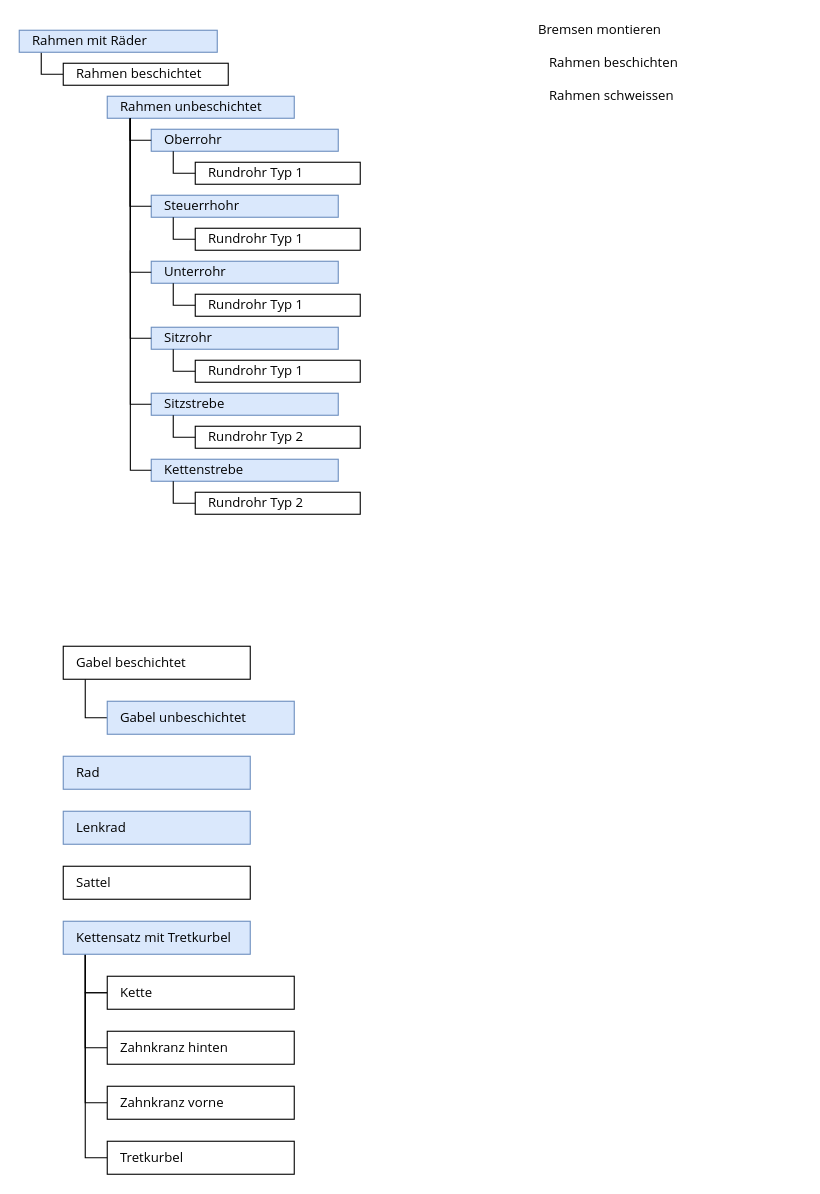
Earlier version of the draw.io diagram Notes Kurt Gisler/Item Structure Beispiel Produkt Fahrrad.drawio (Mint-System/Odoo-Wiki). Source tidied: cells renumbered, new cells numbered last; positions are measured from the earlier drawing's top-left corner, leaving out a move shared by most shapes. Both pictures are drawn from the tidied source at 110%, with x=0, y=0 at pixel (19, 19).
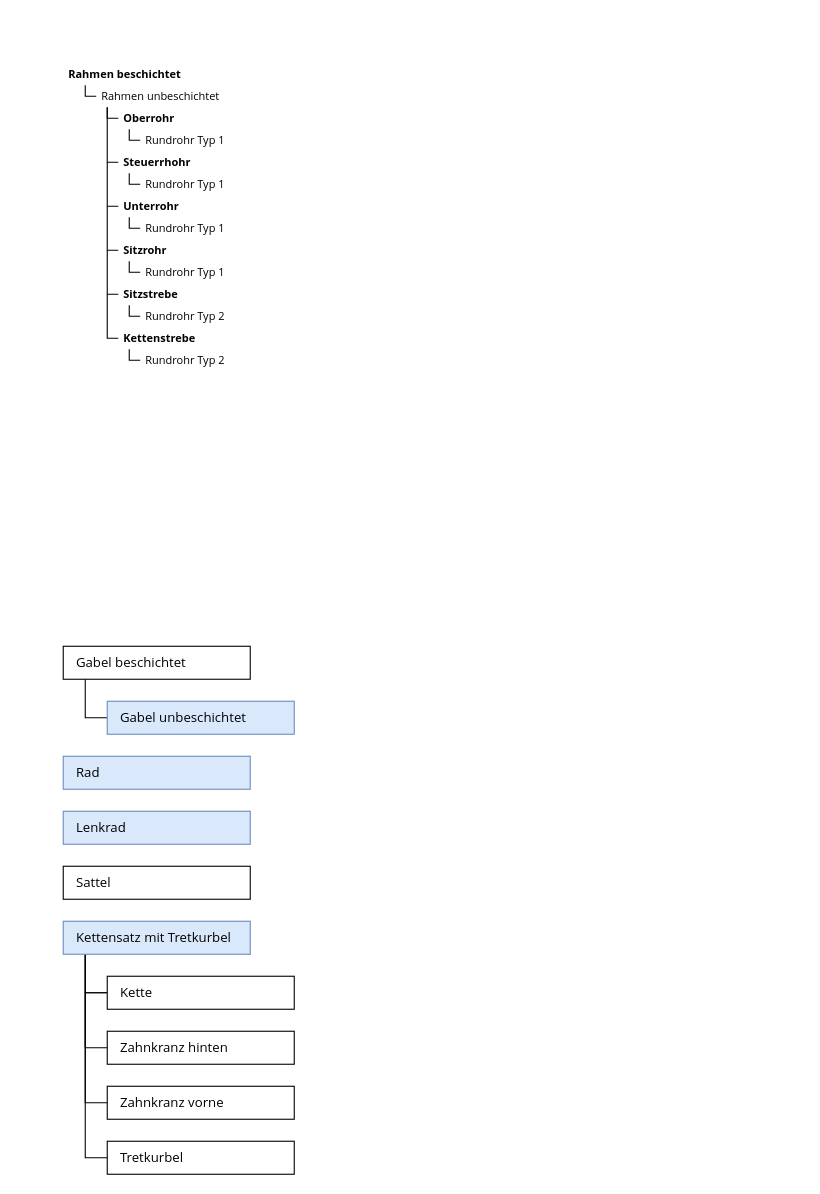
The same page after the edit.

Change to the diagram source:
```diff
@@
-    <mxCell id="2" style="edgeStyle=orthogonalEdgeStyle;rounded=0;jettySize=auto;html=1;endArrow=none;endFill=0;entryX=0;entryY=0.5;entryDx=0;entryDy=0;" parent="1" edge="1" source="3" target="4">
-      <mxGeometry relative="1" as="geometry">
-        <Array as="points">
-          <mxPoint x="20" y="50" />
-        </Array>
-      </mxGeometry>
-    </mxCell>
-    <mxCell id="3" value="&lt;font face=&quot;Open Sans&quot;&gt;Rahmen mit Räder&lt;/font&gt;" style="rounded=0;whiteSpace=wrap;html=1;fillColor=#dae8fc;strokeColor=#6c8ebf;align=left;spacingLeft=10;" parent="1" vertex="1">
-      <mxGeometry y="10" width="180" height="20" as="geometry" />
-    </mxCell>
-    <mxCell id="4" value="&lt;font face=&quot;Open Sans&quot;&gt;Rahmen beschichtet&lt;/font&gt;" style="rounded=0;whiteSpace=wrap;html=1;spacingLeft=10;align=left;" parent="1" vertex="1">
+    <mxCell id="4" value="&lt;font face=&quot;Open Sans&quot; style=&quot;font-size: 10px;&quot;&gt;Rahmen beschichtet&lt;/font&gt;" style="rounded=0;whiteSpace=wrap;html=1;spacingLeft=3;align=left;strokeColor=#FFFFFF;fontSize=10;fontStyle=1;" parent="1" vertex="1">
       <mxGeometry x="40" y="40" width="150" height="20" as="geometry" />
     </mxCell>
-    <mxCell id="5" value="&lt;font face=&quot;Open Sans&quot;&gt;Rahmen unbeschichtet&lt;/font&gt;" style="rounded=0;whiteSpace=wrap;html=1;align=left;spacingLeft=10;fillColor=#dae8fc;strokeColor=#6c8ebf;" parent="1" vertex="1">
-      <mxGeometry x="80" y="70" width="170" height="20" as="geometry" />
+    <mxCell id="5" value="&lt;font face=&quot;Open Sans&quot; style=&quot;font-size: 10px;&quot;&gt;Rahmen unbeschichtet&lt;/font&gt;" style="rounded=0;whiteSpace=wrap;html=1;align=left;spacingLeft=3;strokeColor=#FFFFFF;fontSize=10;fillColor=none;" parent="1" vertex="1">
+      <mxGeometry x="70" y="60" width="120" height="20" as="geometry" />
     </mxCell>
-    <mxCell id="6" value="&lt;font face=&quot;Open Sans&quot;&gt;Rahmen beschichten&lt;/font&gt;" style="rounded=0;whiteSpace=wrap;html=1;spacingLeft=10;align=left;strokeColor=none;" parent="1" vertex="1">
-      <mxGeometry x="470" y="30" width="240" height="20" as="geometry" />
-    </mxCell>
-    <mxCell id="7" value="&lt;font face=&quot;Open Sans&quot;&gt;Rahmen schweissen&lt;/font&gt;" style="rounded=0;whiteSpace=wrap;html=1;spacingLeft=10;align=left;strokeColor=none;" parent="1" vertex="1">
-      <mxGeometry x="470" y="60" width="240" height="20" as="geometry" />
-    </mxCell>
@@
-    <mxCell id="9" value="&lt;font face=&quot;Open Sans&quot;&gt;Bremsen montieren&lt;/font&gt;" style="rounded=0;whiteSpace=wrap;html=1;spacingLeft=10;align=left;strokeColor=none;" parent="1" vertex="1">
-      <mxGeometry x="460" width="240" height="20" as="geometry" />
-    </mxCell>
@@
-    <mxCell id="24" value="&lt;font face=&quot;Open Sans&quot;&gt;Rundrohr Typ 1&lt;/font&gt;" style="rounded=0;whiteSpace=wrap;html=1;spacingLeft=10;align=left;" parent="1" vertex="1">
-      <mxGeometry x="160" y="130" width="150" height="20" as="geometry" />
+    <mxCell id="24" value="&lt;font face=&quot;Open Sans&quot; style=&quot;font-size: 10px;&quot;&gt;Rundrohr Typ 1&lt;/font&gt;" style="rounded=0;whiteSpace=wrap;html=1;spacingLeft=3;align=left;strokeColor=#FFFFFF;fontSize=10;" parent="1" vertex="1">
+      <mxGeometry x="110" y="100" width="150" height="20" as="geometry" />
     </mxCell>
-    <mxCell id="25" value="&lt;font face=&quot;Open Sans&quot;&gt;Oberrohr&lt;/font&gt;" style="rounded=0;whiteSpace=wrap;html=1;align=left;spacingLeft=10;fillColor=#dae8fc;strokeColor=#6c8ebf;" parent="1" vertex="1">
-      <mxGeometry x="120" y="100" width="170" height="20" as="geometry" />
+    <mxCell id="25" value="&lt;font face=&quot;Open Sans&quot; style=&quot;font-size: 10px;&quot;&gt;Oberrohr&lt;/font&gt;" style="rounded=0;whiteSpace=wrap;html=1;align=left;spacingLeft=3;strokeColor=#FFFFFF;fontSize=10;fontStyle=1;fillColor=none;" parent="1" vertex="1">
+      <mxGeometry x="90" y="80" width="110" height="20" as="geometry" />
     </mxCell>
-    <mxCell id="26" value="&lt;font face=&quot;Open Sans&quot;&gt;Steuerrhohr&lt;br&gt;&lt;/font&gt;" style="rounded=0;whiteSpace=wrap;html=1;align=left;spacingLeft=10;fillColor=#dae8fc;strokeColor=#6c8ebf;" parent="1" vertex="1">
-      <mxGeometry x="120" y="160" width="170" height="20" as="geometry" />
+    <mxCell id="26" value="&lt;font face=&quot;Open Sans&quot; style=&quot;font-size: 10px;&quot;&gt;Steuerrhohr&lt;br style=&quot;font-size: 10px;&quot;&gt;&lt;/font&gt;" style="rounded=0;whiteSpace=wrap;html=1;align=left;spacingLeft=3;strokeColor=#FFFFFF;fontSize=10;fillColor=none;fontStyle=1;" parent="1" vertex="1">
+      <mxGeometry x="90" y="120" width="170" height="20" as="geometry" />
     </mxCell>
+    <mxCell id="48" style="edgeStyle=orthogonalEdgeStyle;rounded=0;jettySize=auto;html=1;endArrow=none;endFill=0;exitX=0;exitY=0.5;exitDx=0;exitDy=0;" parent="1" edge="1" source="5">
+      <mxGeometry relative="1" as="geometry">
+        <mxPoint x="60" y="60" as="targetPoint" />
+        <Array as="points">
+          <mxPoint x="60" y="70" />
+        </Array>
+      </mxGeometry>
+    </mxCell>
+    <mxCell id="49" style="edgeStyle=orthogonalEdgeStyle;rounded=0;orthogonalLoop=1;jettySize=auto;html=1;endArrow=none;endFill=0;exitX=0;exitY=0.5;exitDx=0;exitDy=0;" parent="1" edge="1">
+      <mxGeometry relative="1" as="geometry">
+        <mxPoint x="90" y="90" as="sourcePoint" />
+        <mxPoint x="80" y="80" as="targetPoint" />
+        <Array as="points">
+          <mxPoint x="80" y="90" />
+        </Array>
+      </mxGeometry>
+    </mxCell>
+    <mxCell id="50" style="edgeStyle=orthogonalEdgeStyle;rounded=0;orthogonalLoop=1;jettySize=auto;html=1;endArrow=none;endFill=0;exitX=0;exitY=0.5;exitDx=0;exitDy=0;" parent="1" edge="1">
+      <mxGeometry relative="1" as="geometry">
+        <mxPoint x="110" y="110" as="sourcePoint" />
+        <mxPoint x="100" y="100" as="targetPoint" />
+        <Array as="points">
+          <mxPoint x="100" y="110" />
+        </Array>
+      </mxGeometry>
+    </mxCell>
+    <mxCell id="51" style="edgeStyle=orthogonalEdgeStyle;rounded=0;orthogonalLoop=1;jettySize=auto;html=1;endArrow=none;endFill=0;exitX=0;exitY=0.5;exitDx=0;exitDy=0;" parent="1" edge="1">
+      <mxGeometry relative="1" as="geometry">
+        <mxPoint x="90" y="130" as="sourcePoint" />
+        <mxPoint x="80" y="80" as="targetPoint" />
+        <Array as="points">
+          <mxPoint x="80" y="130" />
+        </Array>
+      </mxGeometry>
+    </mxCell>
+    <mxCell id="52" value="&lt;font face=&quot;Open Sans&quot; style=&quot;font-size: 10px;&quot;&gt;Rundrohr Typ 1&lt;/font&gt;" style="rounded=0;whiteSpace=wrap;html=1;spacingLeft=3;align=left;strokeColor=#FFFFFF;fontSize=10;" parent="1" vertex="1">
+      <mxGeometry x="110" y="140" width="150" height="20" as="geometry" />
+    </mxCell>
+    <mxCell id="53" style="edgeStyle=orthogonalEdgeStyle;rounded=0;orthogonalLoop=1;jettySize=auto;html=1;endArrow=none;endFill=0;exitX=0;exitY=0.5;exitDx=0;exitDy=0;" parent="1" edge="1">
+      <mxGeometry relative="1" as="geometry">
+        <mxPoint x="110" y="150" as="sourcePoint" />
+        <mxPoint x="100" y="140" as="targetPoint" />
+        <Array as="points">
+          <mxPoint x="100" y="150" />
+        </Array>
+      </mxGeometry>
+    </mxCell>
-    <mxCell id="27" value="&lt;font face=&quot;Open Sans&quot;&gt;Unterrohr&lt;br&gt;&lt;/font&gt;" style="rounded=0;whiteSpace=wrap;html=1;align=left;spacingLeft=10;fillColor=#dae8fc;strokeColor=#6c8ebf;" parent="1" vertex="1">
-      <mxGeometry x="120" y="220" width="170" height="20" as="geometry" />
+    <mxCell id="27" value="&lt;font face=&quot;Open Sans&quot; style=&quot;font-size: 10px&quot;&gt;Unterrohr&lt;br style=&quot;font-size: 10px&quot;&gt;&lt;/font&gt;" style="rounded=0;whiteSpace=wrap;html=1;align=left;spacingLeft=3;strokeColor=#FFFFFF;fontSize=10;fillColor=none;fontStyle=1;" parent="1" vertex="1">
+      <mxGeometry x="90" y="160" width="170" height="20" as="geometry" />
     </mxCell>
+    <mxCell id="54" style="edgeStyle=orthogonalEdgeStyle;rounded=0;orthogonalLoop=1;jettySize=auto;html=1;endArrow=none;endFill=0;exitX=0;exitY=0.5;exitDx=0;exitDy=0;" parent="1" edge="1">
+      <mxGeometry relative="1" as="geometry">
+        <mxPoint x="90" y="170" as="sourcePoint" />
+        <mxPoint x="80" y="130" as="targetPoint" />
+        <Array as="points">
+          <mxPoint x="80" y="170" />
+        </Array>
+      </mxGeometry>
+    </mxCell>
+    <mxCell id="55" value="&lt;font face=&quot;Open Sans&quot; style=&quot;font-size: 10px;&quot;&gt;Rundrohr Typ 1&lt;/font&gt;" style="rounded=0;whiteSpace=wrap;html=1;spacingLeft=3;align=left;strokeColor=#FFFFFF;fontSize=10;" parent="1" vertex="1">
+      <mxGeometry x="110" y="180" width="150" height="20" as="geometry" />
+    </mxCell>
+    <mxCell id="56" style="edgeStyle=orthogonalEdgeStyle;rounded=0;orthogonalLoop=1;jettySize=auto;html=1;endArrow=none;endFill=0;exitX=0;exitY=0.5;exitDx=0;exitDy=0;" parent="1" edge="1">
+      <mxGeometry relative="1" as="geometry">
+        <mxPoint x="110" y="190" as="sourcePoint" />
+        <mxPoint x="100" y="180" as="targetPoint" />
+        <Array as="points">
+          <mxPoint x="100" y="190" />
+        </Array>
+      </mxGeometry>
+    </mxCell>
-    <mxCell id="28" value="&lt;font face=&quot;Open Sans&quot;&gt;Sitzrohr&lt;br&gt;&lt;/font&gt;" style="rounded=0;whiteSpace=wrap;html=1;align=left;spacingLeft=10;fillColor=#dae8fc;strokeColor=#6c8ebf;" parent="1" vertex="1">
-      <mxGeometry x="120" y="280" width="170" height="20" as="geometry" />
+    <mxCell id="28" value="&lt;font face=&quot;Open Sans&quot; style=&quot;font-size: 10px&quot;&gt;Sitzrohr&lt;/font&gt;" style="rounded=0;whiteSpace=wrap;html=1;align=left;spacingLeft=3;strokeColor=#FFFFFF;fontSize=10;fontStyle=1;fillColor=none;" parent="1" vertex="1">
+      <mxGeometry x="90" y="200" width="110" height="20" as="geometry" />
     </mxCell>
+    <mxCell id="57" value="&lt;font face=&quot;Open Sans&quot; style=&quot;font-size: 10px;&quot;&gt;Rundrohr Typ 1&lt;/font&gt;" style="rounded=0;whiteSpace=wrap;html=1;spacingLeft=3;align=left;strokeColor=#FFFFFF;fontSize=10;" parent="1" vertex="1">
+      <mxGeometry x="110" y="220" width="150" height="20" as="geometry" />
+    </mxCell>
+    <mxCell id="58" style="edgeStyle=orthogonalEdgeStyle;rounded=0;orthogonalLoop=1;jettySize=auto;html=1;endArrow=none;endFill=0;exitX=0;exitY=0.5;exitDx=0;exitDy=0;" parent="1" edge="1">
+      <mxGeometry relative="1" as="geometry">
+        <mxPoint x="110" y="230" as="sourcePoint" />
+        <mxPoint x="100" y="220" as="targetPoint" />
+        <Array as="points">
+          <mxPoint x="100" y="230" />
+        </Array>
+      </mxGeometry>
+    </mxCell>
+    <mxCell id="59" style="edgeStyle=orthogonalEdgeStyle;rounded=0;orthogonalLoop=1;jettySize=auto;html=1;endArrow=none;endFill=0;exitX=0;exitY=0.5;exitDx=0;exitDy=0;" parent="1" edge="1">
+      <mxGeometry relative="1" as="geometry">
+        <mxPoint x="90" y="210" as="sourcePoint" />
+        <mxPoint x="80" y="170" as="targetPoint" />
+        <Array as="points">
+          <mxPoint x="80" y="210" />
+        </Array>
+      </mxGeometry>
+    </mxCell>
-    <mxCell id="29" value="&lt;font face=&quot;Open Sans&quot;&gt;Sitzstrebe&lt;br&gt;&lt;/font&gt;" style="rounded=0;whiteSpace=wrap;html=1;align=left;spacingLeft=10;fillColor=#dae8fc;strokeColor=#6c8ebf;" parent="1" vertex="1">
-      <mxGeometry x="120" y="340" width="170" height="20" as="geometry" />
+    <mxCell id="29" value="&lt;font face=&quot;Open Sans&quot; style=&quot;font-size: 10px&quot;&gt;Sitzstrebe&lt;/font&gt;" style="rounded=0;whiteSpace=wrap;html=1;align=left;spacingLeft=3;strokeColor=#FFFFFF;fontSize=10;fontStyle=1;fillColor=none;" parent="1" vertex="1">
+      <mxGeometry x="90" y="240" width="110" height="20" as="geometry" />
     </mxCell>
+    <mxCell id="60" style="edgeStyle=orthogonalEdgeStyle;rounded=0;orthogonalLoop=1;jettySize=auto;html=1;endArrow=none;endFill=0;exitX=0;exitY=0.5;exitDx=0;exitDy=0;" parent="1" edge="1">
+      <mxGeometry relative="1" as="geometry">
+        <mxPoint x="90" y="250" as="sourcePoint" />
+        <mxPoint x="80" y="210" as="targetPoint" />
+        <Array as="points">
+          <mxPoint x="80" y="250" />
+        </Array>
+      </mxGeometry>
+    </mxCell>
+    <mxCell id="61" value="&lt;font face=&quot;Open Sans&quot; style=&quot;font-size: 10px&quot;&gt;Rundrohr Typ 2&lt;/font&gt;" style="rounded=0;whiteSpace=wrap;html=1;spacingLeft=3;align=left;strokeColor=#FFFFFF;fontSize=10;" parent="1" vertex="1">
+      <mxGeometry x="110" y="260" width="150" height="20" as="geometry" />
+    </mxCell>
+    <mxCell id="62" style="edgeStyle=orthogonalEdgeStyle;rounded=0;orthogonalLoop=1;jettySize=auto;html=1;endArrow=none;endFill=0;exitX=0;exitY=0.5;exitDx=0;exitDy=0;" parent="1" edge="1">
+      <mxGeometry relative="1" as="geometry">
+        <mxPoint x="110" y="270" as="sourcePoint" />
+        <mxPoint x="100" y="260" as="targetPoint" />
+        <Array as="points">
+          <mxPoint x="100" y="270" />
+        </Array>
+      </mxGeometry>
+    </mxCell>
-    <mxCell id="30" value="&lt;font face=&quot;Open Sans&quot;&gt;Kettenstrebe&lt;br&gt;&lt;/font&gt;" style="rounded=0;whiteSpace=wrap;html=1;align=left;spacingLeft=10;fillColor=#dae8fc;strokeColor=#6c8ebf;" parent="1" vertex="1">
-      <mxGeometry x="120" y="400" width="170" height="20" as="geometry" />
+    <mxCell id="30" value="&lt;font face=&quot;Open Sans&quot; style=&quot;font-size: 10px&quot;&gt;Kettenstrebe&lt;/font&gt;" style="rounded=0;whiteSpace=wrap;html=1;align=left;spacingLeft=3;strokeColor=#FFFFFF;fontSize=10;fontStyle=1;fillColor=none;" parent="1" vertex="1">
+      <mxGeometry x="90" y="280" width="110" height="20" as="geometry" />
     </mxCell>
-    <mxCell id="31" value="&lt;font face=&quot;Open Sans&quot;&gt;Rundrohr Typ 1&lt;/font&gt;" style="rounded=0;whiteSpace=wrap;html=1;spacingLeft=10;align=left;" parent="1" vertex="1">
-      <mxGeometry x="160" y="190" width="150" height="20" as="geometry" />
-    </mxCell>
-    <mxCell id="32" value="&lt;font face=&quot;Open Sans&quot;&gt;Rundrohr Typ 1&lt;/font&gt;" style="rounded=0;whiteSpace=wrap;html=1;spacingLeft=10;align=left;" parent="1" vertex="1">
-      <mxGeometry x="160" y="250" width="150" height="20" as="geometry" />
-    </mxCell>
-    <mxCell id="33" value="&lt;font face=&quot;Open Sans&quot;&gt;Rundrohr Typ 1&lt;/font&gt;" style="rounded=0;whiteSpace=wrap;html=1;spacingLeft=10;align=left;" parent="1" vertex="1">
-      <mxGeometry x="160" y="310" width="150" height="20" as="geometry" />
-    </mxCell>
-    <mxCell id="34" value="&lt;font face=&quot;Open Sans&quot;&gt;Rundrohr Typ 2&lt;/font&gt;" style="rounded=0;whiteSpace=wrap;html=1;spacingLeft=10;align=left;" parent="1" vertex="1">
-      <mxGeometry x="160" y="370" width="150" height="20" as="geometry" />
-    </mxCell>
-    <mxCell id="35" value="&lt;font face=&quot;Open Sans&quot;&gt;Rundrohr Typ 2&lt;/font&gt;" style="rounded=0;whiteSpace=wrap;html=1;spacingLeft=10;align=left;" parent="1" vertex="1">
-      <mxGeometry x="160" y="430" width="150" height="20" as="geometry" />
-    </mxCell>
-    <mxCell id="36" style="edgeStyle=orthogonalEdgeStyle;rounded=0;jettySize=auto;html=1;endArrow=none;endFill=0;entryX=0;entryY=0.5;entryDx=0;entryDy=0;exitX=0.122;exitY=1.017;exitDx=0;exitDy=0;exitPerimeter=0;" parent="1" edge="1" source="5" target="25">
-      <mxGeometry relative="1" as="geometry">
-        <Array as="points">
-          <mxPoint x="101" y="110" />
-        </Array>
-      </mxGeometry>
-    </mxCell>
-    <mxCell id="37" style="edgeStyle=orthogonalEdgeStyle;rounded=0;jettySize=auto;html=1;endArrow=none;endFill=0;entryX=0;entryY=0.5;entryDx=0;entryDy=0;" parent="1" edge="1" source="25" target="24">
-      <mxGeometry relative="1" as="geometry">
-        <Array as="points">
-          <mxPoint x="140" y="140" />
-        </Array>
-      </mxGeometry>
-    </mxCell>
-    <mxCell id="38" style="edgeStyle=orthogonalEdgeStyle;rounded=0;orthogonalLoop=1;jettySize=auto;html=1;endArrow=none;endFill=0;entryX=0;entryY=0.5;entryDx=0;entryDy=0;" parent="1" edge="1">
-      <mxGeometry relative="1" as="geometry">
-        <mxPoint x="140" y="180" as="sourcePoint" />
-        <mxPoint x="160" y="200" as="targetPoint" />
-        <Array as="points">
-          <mxPoint x="140" y="200" />
-        </Array>
-      </mxGeometry>
-    </mxCell>
-    <mxCell id="39" style="edgeStyle=orthogonalEdgeStyle;rounded=0;orthogonalLoop=1;jettySize=auto;html=1;endArrow=none;endFill=0;entryX=0;entryY=0.5;entryDx=0;entryDy=0;" parent="1" edge="1">
-      <mxGeometry relative="1" as="geometry">
-        <mxPoint x="140" y="240" as="sourcePoint" />
-        <mxPoint x="160" y="260" as="targetPoint" />
-        <Array as="points">
-          <mxPoint x="140" y="260" />
-        </Array>
-      </mxGeometry>
-    </mxCell>
-    <mxCell id="40" style="edgeStyle=orthogonalEdgeStyle;rounded=0;orthogonalLoop=1;jettySize=auto;html=1;endArrow=none;endFill=0;entryX=0;entryY=0.5;entryDx=0;entryDy=0;" parent="1" edge="1">
-      <mxGeometry relative="1" as="geometry">
-        <mxPoint x="140" y="300" as="sourcePoint" />
-        <mxPoint x="160" y="320" as="targetPoint" />
-        <Array as="points">
-          <mxPoint x="140" y="320" />
-        </Array>
-      </mxGeometry>
-    </mxCell>
-    <mxCell id="41" style="edgeStyle=orthogonalEdgeStyle;rounded=0;orthogonalLoop=1;jettySize=auto;html=1;endArrow=none;endFill=0;entryX=0;entryY=0.5;entryDx=0;entryDy=0;" parent="1" edge="1">
-      <mxGeometry relative="1" as="geometry">
-        <mxPoint x="140" y="360" as="sourcePoint" />
-        <mxPoint x="160" y="380" as="targetPoint" />
-        <Array as="points">
-          <mxPoint x="140" y="380" />
-        </Array>
-      </mxGeometry>
-    </mxCell>
-    <mxCell id="42" style="edgeStyle=orthogonalEdgeStyle;rounded=0;orthogonalLoop=1;jettySize=auto;html=1;endArrow=none;endFill=0;entryX=0;entryY=0.5;entryDx=0;entryDy=0;" parent="1" edge="1">
-      <mxGeometry relative="1" as="geometry">
-        <mxPoint x="140" y="420" as="sourcePoint" />
-        <mxPoint x="160" y="440" as="targetPoint" />
-        <Array as="points">
-          <mxPoint x="140" y="440" />
-        </Array>
-      </mxGeometry>
-    </mxCell>
-    <mxCell id="43" style="edgeStyle=orthogonalEdgeStyle;rounded=0;jettySize=auto;html=1;endArrow=none;endFill=0;entryX=0;entryY=0.5;entryDx=0;entryDy=0;exitX=0.122;exitY=1;exitDx=0;exitDy=0;exitPerimeter=0;" parent="1" edge="1" source="5" target="26">
-      <mxGeometry relative="1" as="geometry">
-        <Array as="points">
-          <mxPoint x="101" y="170" />
-        </Array>
-      </mxGeometry>
-    </mxCell>
-    <mxCell id="44" style="edgeStyle=orthogonalEdgeStyle;rounded=0;orthogonalLoop=1;jettySize=auto;html=1;endArrow=none;endFill=0;entryX=0;entryY=0.5;entryDx=0;entryDy=0;" parent="1" edge="1">
-      <mxGeometry relative="1" as="geometry">
-        <mxPoint x="101" y="90" as="sourcePoint" />
-        <mxPoint x="120" y="230" as="targetPoint" />
-        <Array as="points">
-          <mxPoint x="101" y="230" />
-        </Array>
-      </mxGeometry>
-    </mxCell>
-    <mxCell id="45" style="edgeStyle=orthogonalEdgeStyle;rounded=0;orthogonalLoop=1;jettySize=auto;html=1;endArrow=none;endFill=0;entryX=0;entryY=0.5;entryDx=0;entryDy=0;" parent="1" edge="1">
-      <mxGeometry relative="1" as="geometry">
-        <mxPoint x="101" y="90" as="sourcePoint" />
-        <mxPoint x="120" y="290" as="targetPoint" />
-        <Array as="points">
-          <mxPoint x="101" y="290" />
-        </Array>
-      </mxGeometry>
-    </mxCell>
-    <mxCell id="46" style="edgeStyle=orthogonalEdgeStyle;rounded=0;orthogonalLoop=1;jettySize=auto;html=1;endArrow=none;endFill=0;entryX=0;entryY=0.5;entryDx=0;entryDy=0;" parent="1" edge="1">
-      <mxGeometry relative="1" as="geometry">
-        <mxPoint x="101" y="90" as="sourcePoint" />
-        <mxPoint x="120" y="350" as="targetPoint" />
-        <Array as="points">
-          <mxPoint x="101" y="350" />
-        </Array>
-      </mxGeometry>
-    </mxCell>
-    <mxCell id="47" style="edgeStyle=orthogonalEdgeStyle;rounded=0;orthogonalLoop=1;jettySize=auto;html=1;endArrow=none;endFill=0;entryX=0;entryY=0.5;entryDx=0;entryDy=0;" parent="1" edge="1">
-      <mxGeometry relative="1" as="geometry">
-        <mxPoint x="101" y="210" as="sourcePoint" />
-        <mxPoint x="120" y="410" as="targetPoint" />
-        <Array as="points">
-          <mxPoint x="101" y="410" />
-        </Array>
-      </mxGeometry>
-    </mxCell>
+    <mxCell id="63" value="&lt;font face=&quot;Open Sans&quot; style=&quot;font-size: 10px&quot;&gt;Rundrohr Typ 2&lt;/font&gt;" style="rounded=0;whiteSpace=wrap;html=1;spacingLeft=3;align=left;strokeColor=#FFFFFF;fontSize=10;" parent="1" vertex="1">
+      <mxGeometry x="110" y="300" width="150" height="20" as="geometry" />
+    </mxCell>
+    <mxCell id="64" style="edgeStyle=orthogonalEdgeStyle;rounded=0;orthogonalLoop=1;jettySize=auto;html=1;endArrow=none;endFill=0;exitX=0;exitY=0.5;exitDx=0;exitDy=0;" parent="1" edge="1">
+      <mxGeometry relative="1" as="geometry">
+        <mxPoint x="110" y="310" as="sourcePoint" />
+        <mxPoint x="100" y="300" as="targetPoint" />
+        <Array as="points">
+          <mxPoint x="100" y="310" />
+        </Array>
+      </mxGeometry>
+    </mxCell>
+    <mxCell id="65" style="edgeStyle=orthogonalEdgeStyle;rounded=0;orthogonalLoop=1;jettySize=auto;html=1;endArrow=none;endFill=0;exitX=0;exitY=0.5;exitDx=0;exitDy=0;" parent="1" edge="1">
+      <mxGeometry relative="1" as="geometry">
+        <mxPoint x="90" y="290" as="sourcePoint" />
+        <mxPoint x="80" y="250" as="targetPoint" />
+        <Array as="points">
+          <mxPoint x="80" y="290" />
+        </Array>
+      </mxGeometry>
+    </mxCell>
```
